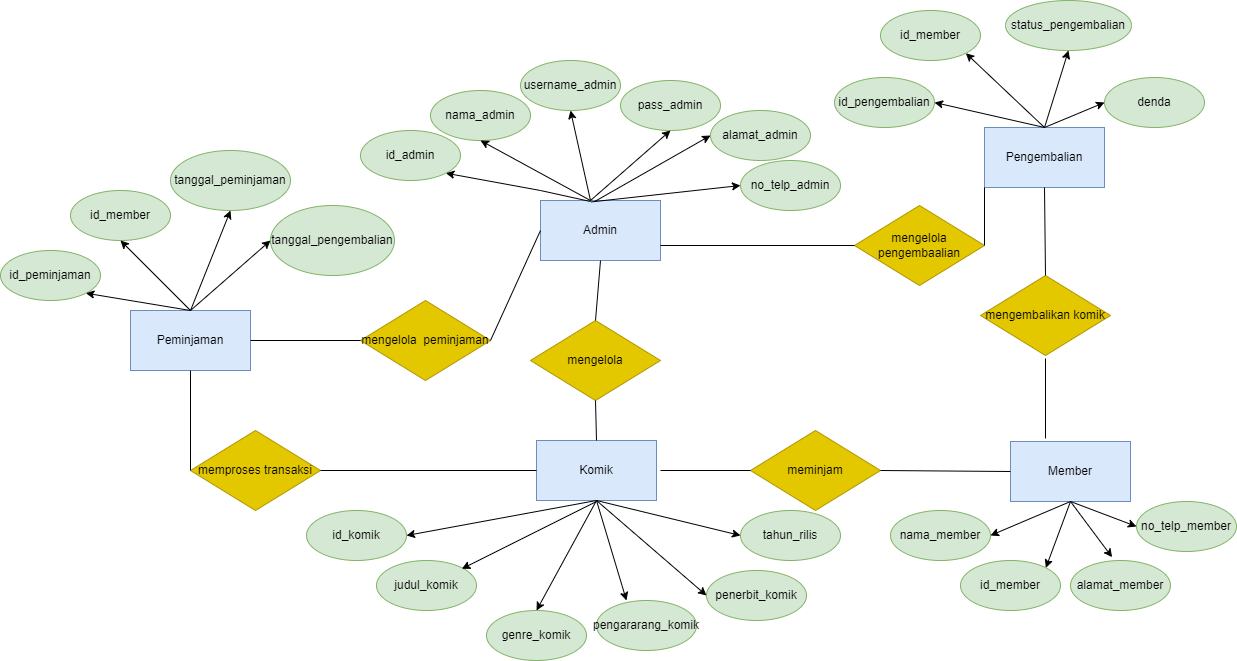
Naufalzaki05/IF214002 keeps this draw.io diagram as Pertemuan 2/Diagram ERD.drawio.png. Above is the earlier version. Source tidied: cells renumbered, new cells last; positions are measured from the earlier drawing's top-left corner, leaving out a move shared by most shapes.
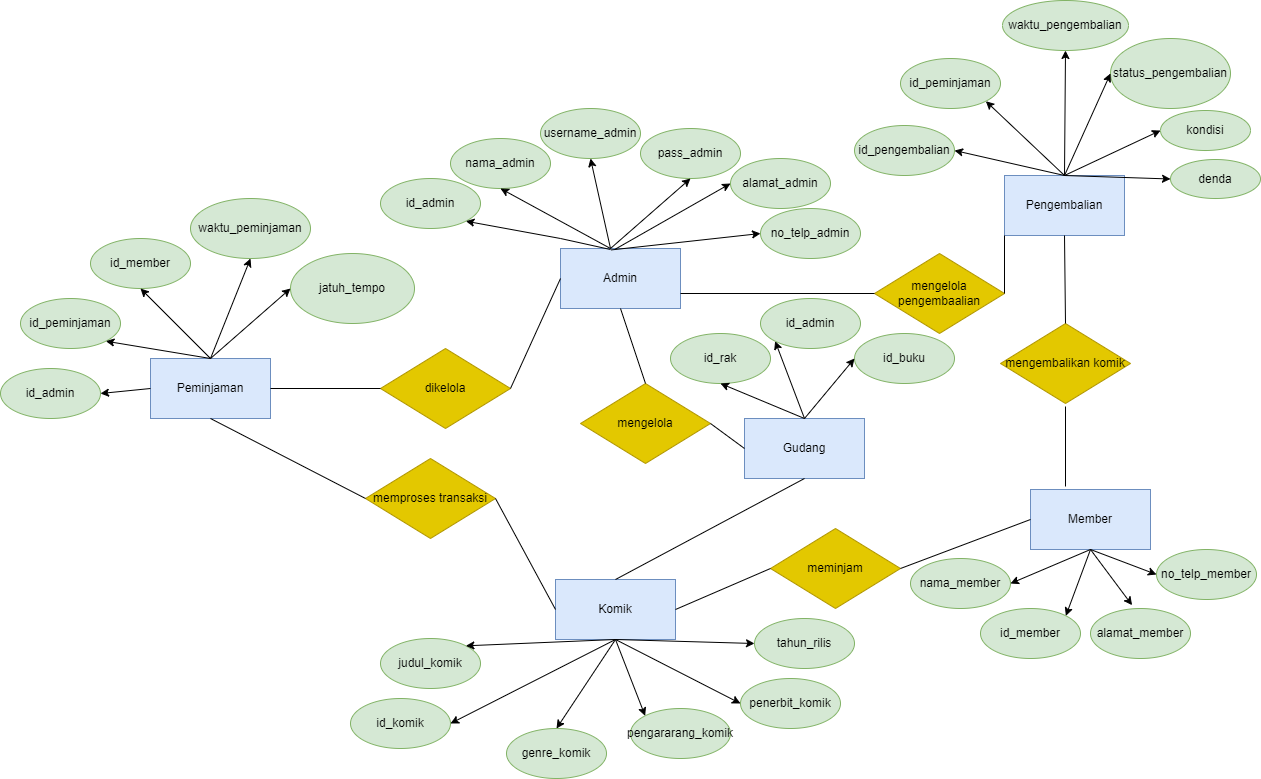
Above is the later version.

The edit, as a diff of the source:
```diff
@@ -9,7 +9,7 @@
       <mxGeometry x="1010" y="441" width="120" height="60" as="geometry" />
     </mxCell>
     <mxCell id="4" value="Komik" style="rounded=0;whiteSpace=wrap;html=1;fillColor=#dae8fc;strokeColor=#6c8ebf;" parent="1" vertex="1">
-      <mxGeometry x="536" y="440" width="120" height="60" as="geometry" />
+      <mxGeometry x="535" y="531" width="120" height="60" as="geometry" />
     </mxCell>
     <mxCell id="5" value="id_admin" style="ellipse;whiteSpace=wrap;html=1;fillColor=#d5e8d4;strokeColor=#82b366;" parent="1" vertex="1">
       <mxGeometry x="360" y="130" width="100" height="50" as="geometry" />
@@ -52,22 +52,22 @@
       <mxGeometry relative="1" as="geometry" />
     </mxCell>
     <mxCell id="15" value="id_komik" style="ellipse;whiteSpace=wrap;html=1;fillColor=#d5e8d4;strokeColor=#82b366;" parent="1" vertex="1">
-      <mxGeometry x="306" y="510" width="100" height="50" as="geometry" />
+      <mxGeometry x="330" y="650" width="100" height="50" as="geometry" />
     </mxCell>
     <mxCell id="16" value="genre_komik" style="ellipse;whiteSpace=wrap;html=1;fillColor=#d5e8d4;strokeColor=#82b366;" parent="1" vertex="1">
-      <mxGeometry x="486" y="610" width="100" height="50" as="geometry" />
+      <mxGeometry x="486" y="680" width="100" height="50" as="geometry" />
     </mxCell>
     <mxCell id="17" value="judul_komik" style="ellipse;whiteSpace=wrap;html=1;fillColor=#d5e8d4;strokeColor=#82b366;" parent="1" vertex="1">
-      <mxGeometry x="376" y="560" width="100" height="50" as="geometry" />
+      <mxGeometry x="360" y="590" width="100" height="50" as="geometry" />
     </mxCell>
     <mxCell id="18" value="pengararang_komik" style="ellipse;whiteSpace=wrap;html=1;fillColor=#d5e8d4;strokeColor=#82b366;" parent="1" vertex="1">
-      <mxGeometry x="596" y="600" width="100" height="50" as="geometry" />
+      <mxGeometry x="610" y="660" width="100" height="50" as="geometry" />
     </mxCell>
     <mxCell id="19" value="penerbit_komik" style="ellipse;whiteSpace=wrap;html=1;fillColor=#d5e8d4;strokeColor=#82b366;" parent="1" vertex="1">
-      <mxGeometry x="706" y="570" width="100" height="50" as="geometry" />
+      <mxGeometry x="720" y="630" width="100" height="50" as="geometry" />
     </mxCell>
     <mxCell id="20" value="tahun_rilis" style="ellipse;whiteSpace=wrap;html=1;fillColor=#d5e8d4;strokeColor=#82b366;" parent="1" vertex="1">
-      <mxGeometry x="740" y="510" width="100" height="50" as="geometry" />
+      <mxGeometry x="734" y="570" width="100" height="50" as="geometry" />
     </mxCell>
     <mxCell id="21" value="no_telp_admin" style="ellipse;whiteSpace=wrap;html=1;fillColor=#d5e8d4;strokeColor=#82b366;" parent="1" vertex="1">
       <mxGeometry x="740" y="160" width="100" height="50" as="geometry" />
@@ -78,43 +78,18 @@
     <mxCell id="23" style="endArrow=classic;html=1;rounded=0;exitX=0.5;exitY=1;exitDx=0;exitDy=0;entryX=1;entryY=0.5;entryDx=0;entryDy=0;" parent="1" edge="1" source="4" target="15">
       <mxGeometry relative="1" as="geometry" />
     </mxCell>
-    <mxCell id="24" style="endArrow=classic;html=1;rounded=0;entryX=1;entryY=0;entryDx=0;entryDy=0;" parent="1" edge="1">
-      <mxGeometry relative="1" as="geometry">
-        <mxPoint x="596" y="501" as="sourcePoint" />
-        <mxPoint x="461.4" y="568.3" as="targetPoint" />
-      </mxGeometry>
+    <mxCell id="24" style="endArrow=classic;html=1;rounded=0;entryX=1;entryY=0;entryDx=0;entryDy=0;exitX=0.5;exitY=1;exitDx=0;exitDy=0;" parent="1" edge="1" source="4" target="17">
+      <mxGeometry relative="1" as="geometry" />
     </mxCell>
-    <mxCell id="25" style="endArrow=classic;html=1;rounded=0;entryX=0.5;entryY=0;entryDx=0;entryDy=0;" parent="1" edge="1" target="16">
-      <mxGeometry relative="1" as="geometry">
-        <mxPoint x="596" y="500" as="sourcePoint" />
-      </mxGeometry>
+    <mxCell id="25" style="endArrow=classic;html=1;rounded=0;entryX=0.5;entryY=0;entryDx=0;entryDy=0;exitX=0.5;exitY=1;exitDx=0;exitDy=0;" parent="1" edge="1" source="4" target="16">
+      <mxGeometry relative="1" as="geometry" />
     </mxCell>
-    <mxCell id="26" style="endArrow=classic;html=1;rounded=0;" parent="1" edge="1">
-      <mxGeometry relative="1" as="geometry">
-        <mxPoint x="596" y="500" as="sourcePoint" />
-        <mxPoint x="626" y="600" as="targetPoint" />
-        <Array as="points">
-          <mxPoint x="626" y="600" />
-        </Array>
-      </mxGeometry>
-    </mxCell>
-    <mxCell id="27" style="endArrow=classic;html=1;rounded=0;entryX=0;entryY=0.5;entryDx=0;entryDy=0;" parent="1" edge="1" target="19">
-      <mxGeometry relative="1" as="geometry">
-        <mxPoint x="596" y="500" as="sourcePoint" />
-      </mxGeometry>
+    <mxCell id="27" style="endArrow=classic;html=1;rounded=0;entryX=0;entryY=0.5;entryDx=0;entryDy=0;exitX=0.5;exitY=1;exitDx=0;exitDy=0;" parent="1" edge="1" source="4" target="19">
+      <mxGeometry relative="1" as="geometry" />
     </mxCell>
     <mxCell id="28" style="endArrow=classic;html=1;rounded=0;entryX=0;entryY=0.5;entryDx=0;entryDy=0;exitX=0.5;exitY=1;exitDx=0;exitDy=0;" parent="1" edge="1" source="4" target="20">
       <mxGeometry relative="1" as="geometry" />
     </mxCell>
-    <mxCell id="29" value="mengelola" style="rhombus;whiteSpace=wrap;html=1;fillColor=#e3c800;strokeColor=#B09500;fontColor=#000000;" parent="1" vertex="1">
-      <mxGeometry x="530" y="320" width="130" height="80" as="geometry" />
-    </mxCell>
-    <mxCell id="30" style="endArrow=none;html=1;rounded=0;entryX=0.5;entryY=1;entryDx=0;entryDy=0;exitX=0.5;exitY=0;exitDx=0;exitDy=0;" parent="1" edge="1" source="29" target="2">
-      <mxGeometry relative="1" as="geometry" />
-    </mxCell>
-    <mxCell id="31" style="endArrow=none;html=1;rounded=0;entryX=0.5;entryY=1;entryDx=0;entryDy=0;exitX=0.5;exitY=0;exitDx=0;exitDy=0;" parent="1" edge="1" source="4" target="29">
-      <mxGeometry relative="1" as="geometry" />
-    </mxCell>
     <mxCell id="32" value="no_telp_member" style="ellipse;whiteSpace=wrap;html=1;fillColor=#d5e8d4;strokeColor=#82b366;" parent="1" vertex="1">
       <mxGeometry x="1136" y="501" width="100" height="50" as="geometry" />
     </mxCell>
@@ -140,23 +115,21 @@
       <mxGeometry relative="1" as="geometry" />
     </mxCell>
     <mxCell id="40" value="meminjam" style="rhombus;whiteSpace=wrap;html=1;fillColor=#e3c800;strokeColor=#B09500;fontColor=#000000;" parent="1" vertex="1">
-      <mxGeometry x="750" y="430" width="130" height="80" as="geometry" />
+      <mxGeometry x="750" y="480" width="130" height="80" as="geometry" />
     </mxCell>
     <mxCell id="41" style="endArrow=none;html=1;rounded=0;exitX=1;exitY=0.5;exitDx=0;exitDy=0;entryX=0;entryY=0.5;entryDx=0;entryDy=0;" parent="1" edge="1" source="40" target="3">
       <mxGeometry relative="1" as="geometry" />
     </mxCell>
-    <mxCell id="42" style="endArrow=none;html=1;rounded=0;entryX=0;entryY=0.5;entryDx=0;entryDy=0;" parent="1" edge="1" target="40">
-      <mxGeometry relative="1" as="geometry">
-        <mxPoint x="660" y="470" as="sourcePoint" />
-      </mxGeometry>
+    <mxCell id="42" style="endArrow=none;html=1;rounded=0;entryX=0;entryY=0.5;entryDx=0;entryDy=0;exitX=1;exitY=0.5;exitDx=0;exitDy=0;" parent="1" edge="1" source="4" target="40">
+      <mxGeometry relative="1" as="geometry" />
     </mxCell>
     <mxCell id="43" value="Peminjaman" style="whiteSpace=wrap;html=1;fillColor=#dae8fc;strokeColor=#6c8ebf;" parent="1" vertex="1">
       <mxGeometry x="130" y="310" width="120" height="60" as="geometry" />
     </mxCell>
-    <mxCell id="44" value="tanggal_pengembalian" style="ellipse;whiteSpace=wrap;html=1;fillColor=#d5e8d4;strokeColor=#82b366;" parent="1" vertex="1">
+    <mxCell id="44" value="jatuh_tempo" style="ellipse;whiteSpace=wrap;html=1;fillColor=#d5e8d4;strokeColor=#82b366;" parent="1" vertex="1">
       <mxGeometry x="270" y="205" width="124" height="70" as="geometry" />
     </mxCell>
-    <mxCell id="45" value="tanggal_peminjaman" style="ellipse;whiteSpace=wrap;html=1;fillColor=#d5e8d4;strokeColor=#82b366;" parent="1" vertex="1">
+    <mxCell id="45" value="waktu_peminjaman" style="ellipse;whiteSpace=wrap;html=1;fillColor=#d5e8d4;strokeColor=#82b366;" parent="1" vertex="1">
       <mxGeometry x="170" y="150" width="120" height="60" as="geometry" />
     </mxCell>
     <mxCell id="46" value="id_member" style="ellipse;whiteSpace=wrap;html=1;fillColor=#d5e8d4;strokeColor=#82b366;" parent="1" vertex="1">
@@ -180,9 +153,9 @@
       <mxGeometry relative="1" as="geometry" />
     </mxCell>
     <mxCell id="52" value="memproses transaksi" style="rhombus;whiteSpace=wrap;html=1;fillColor=#e3c800;strokeColor=#B09500;fontColor=#000000;" parent="1" vertex="1">
-      <mxGeometry x="190" y="430" width="130" height="80" as="geometry" />
+      <mxGeometry x="345" y="410" width="130" height="80" as="geometry" />
     </mxCell>
-    <mxCell id="53" value="mengelola&amp;nbsp; peminjaman" style="rhombus;whiteSpace=wrap;html=1;fillColor=#e3c800;strokeColor=#B09500;fontColor=#000000;" parent="1" vertex="1">
+    <mxCell id="53" value="dikelola" style="rhombus;whiteSpace=wrap;html=1;fillColor=#e3c800;strokeColor=#B09500;fontColor=#000000;" parent="1" vertex="1">
       <mxGeometry x="360" y="300" width="130" height="80" as="geometry" />
     </mxCell>
     <mxCell id="54" style="endArrow=none;html=1;rounded=0;exitX=0;exitY=0.5;exitDx=0;exitDy=0;entryX=0.5;entryY=1;entryDx=0;entryDy=0;" parent="1" edge="1" source="52" target="43">
@@ -200,13 +173,13 @@
     <mxCell id="58" value="Pengembalian" style="rounded=0;whiteSpace=wrap;html=1;fillColor=#dae8fc;strokeColor=#6c8ebf;" parent="1" vertex="1">
       <mxGeometry x="984" y="127" width="120" height="60" as="geometry" />
     </mxCell>
-    <mxCell id="59" value="denda" style="ellipse;whiteSpace=wrap;html=1;fillColor=#d5e8d4;strokeColor=#82b366;" parent="1" vertex="1">
-      <mxGeometry x="1104" y="77" width="100" height="50" as="geometry" />
+    <mxCell id="59" value="status_pengembalian" style="ellipse;whiteSpace=wrap;html=1;fillColor=#d5e8d4;strokeColor=#82b366;" parent="1" vertex="1">
+      <mxGeometry x="1090" y="-10" width="120" height="70" as="geometry" />
     </mxCell>
-    <mxCell id="60" value="status_pengembalian" style="ellipse;whiteSpace=wrap;html=1;fillColor=#d5e8d4;strokeColor=#82b366;" parent="1" vertex="1">
-      <mxGeometry x="1005" width="126" height="50" as="geometry" />
+    <mxCell id="60" value="waktu_pengembalian" style="ellipse;whiteSpace=wrap;html=1;fillColor=#d5e8d4;strokeColor=#82b366;" parent="1" vertex="1">
+      <mxGeometry x="982" y="-48" width="126" height="50" as="geometry" />
     </mxCell>
-    <mxCell id="61" value="id_member" style="ellipse;whiteSpace=wrap;html=1;fillColor=#d5e8d4;strokeColor=#82b366;" parent="1" vertex="1">
+    <mxCell id="61" value="id_peminjaman" style="ellipse;whiteSpace=wrap;html=1;fillColor=#d5e8d4;strokeColor=#82b366;" parent="1" vertex="1">
       <mxGeometry x="880" y="10" width="100" height="50" as="geometry" />
     </mxCell>
     <mxCell id="62" value="id_pengembalian" style="ellipse;whiteSpace=wrap;html=1;fillColor=#d5e8d4;strokeColor=#82b366;" parent="1" vertex="1">
@@ -245,5 +218,59 @@
     <mxCell id="72" style="endArrow=none;html=1;rounded=0;entryX=0.5;entryY=1;entryDx=0;entryDy=0;exitX=0.5;exitY=0;exitDx=0;exitDy=0;" parent="1" edge="1" source="70" target="58">
       <mxGeometry relative="1" as="geometry" />
     </mxCell>
+    <mxCell id="73" value="id_admin" style="ellipse;whiteSpace=wrap;html=1;fillColor=#d5e8d4;strokeColor=#82b366;" parent="1" vertex="1">
+      <mxGeometry x="-20" y="320" width="100" height="50" as="geometry" />
+    </mxCell>
+    <mxCell id="74" style="endArrow=classic;html=1;rounded=0;exitX=0;exitY=0.5;exitDx=0;exitDy=0;entryX=1;entryY=0.5;entryDx=0;entryDy=0;" parent="1" edge="1" source="43" target="73">
+      <mxGeometry relative="1" as="geometry" />
+    </mxCell>
+    <mxCell id="75" value="Gudang" style="rounded=0;whiteSpace=wrap;html=1;fillColor=#dae8fc;strokeColor=#6c8ebf;" parent="1" vertex="1">
+      <mxGeometry x="724" y="370" width="120" height="60" as="geometry" />
+    </mxCell>
+    <mxCell id="76" value="id_rak" style="ellipse;whiteSpace=wrap;html=1;fillColor=#d5e8d4;strokeColor=#82b366;" parent="1" vertex="1">
+      <mxGeometry x="650" y="285" width="100" height="50" as="geometry" />
+    </mxCell>
+    <mxCell id="77" value="id_admin" style="ellipse;whiteSpace=wrap;html=1;fillColor=#d5e8d4;strokeColor=#82b366;" parent="1" vertex="1">
+      <mxGeometry x="740" y="250" width="100" height="50" as="geometry" />
+    </mxCell>
+    <mxCell id="78" style="endArrow=classic;html=1;rounded=0;entryX=0;entryY=0;entryDx=0;entryDy=0;exitX=0.5;exitY=1;exitDx=0;exitDy=0;" parent="1" edge="1" source="4" target="18">
+      <mxGeometry relative="1" as="geometry" />
+    </mxCell>
+    <mxCell id="79" value="id_buku" style="ellipse;whiteSpace=wrap;html=1;fillColor=#d5e8d4;strokeColor=#82b366;" parent="1" vertex="1">
+      <mxGeometry x="834" y="285" width="100" height="50" as="geometry" />
+    </mxCell>
+    <mxCell id="80" style="endArrow=classic;html=1;rounded=0;entryX=0.5;entryY=1;entryDx=0;entryDy=0;exitX=0.5;exitY=0;exitDx=0;exitDy=0;" parent="1" edge="1" source="75" target="76">
+      <mxGeometry relative="1" as="geometry" />
+    </mxCell>
+    <mxCell id="81" style="endArrow=classic;html=1;rounded=0;entryX=0;entryY=1;entryDx=0;entryDy=0;exitX=0.5;exitY=0;exitDx=0;exitDy=0;" parent="1" edge="1" source="75" target="77">
+      <mxGeometry relative="1" as="geometry" />
+    </mxCell>
+    <mxCell id="82" style="endArrow=classic;html=1;rounded=0;entryX=0;entryY=0.5;entryDx=0;entryDy=0;exitX=0.5;exitY=0;exitDx=0;exitDy=0;" parent="1" edge="1" source="75" target="79">
+      <mxGeometry relative="1" as="geometry" />
+    </mxCell>
+    <mxCell id="29" value="mengelola" style="rhombus;whiteSpace=wrap;html=1;fillColor=#e3c800;strokeColor=#B09500;fontColor=#000000;" parent="1" vertex="1">
+      <mxGeometry x="560" y="335" width="130" height="80" as="geometry" />
+    </mxCell>
+    <mxCell id="83" style="endArrow=none;html=1;rounded=0;entryX=0.5;entryY=0;entryDx=0;entryDy=0;exitX=0.5;exitY=1;exitDx=0;exitDy=0;" parent="1" edge="1" source="2" target="29">
+      <mxGeometry relative="1" as="geometry" />
+    </mxCell>
+    <mxCell id="84" style="endArrow=none;html=1;rounded=0;entryX=1;entryY=0.5;entryDx=0;entryDy=0;exitX=0;exitY=0.5;exitDx=0;exitDy=0;" parent="1" edge="1" source="75" target="29">
+      <mxGeometry relative="1" as="geometry" />
+    </mxCell>
+    <mxCell id="85" style="endArrow=none;html=1;rounded=0;entryX=0.5;entryY=0;entryDx=0;entryDy=0;exitX=0.5;exitY=1;exitDx=0;exitDy=0;" parent="1" edge="1" source="75" target="4">
+      <mxGeometry relative="1" as="geometry" />
+    </mxCell>
+    <mxCell id="86" value="kondisi" style="ellipse;whiteSpace=wrap;html=1;fillColor=#d5e8d4;strokeColor=#82b366;" parent="1" vertex="1">
+      <mxGeometry x="1140" y="62" width="90" height="40" as="geometry" />
+    </mxCell>
+    <mxCell id="87" value="denda" style="ellipse;whiteSpace=wrap;html=1;fillColor=#d5e8d4;strokeColor=#82b366;" parent="1" vertex="1">
+      <mxGeometry x="1150" y="111" width="90" height="39" as="geometry" />
+    </mxCell>
+    <mxCell id="88" style="endArrow=classic;html=1;rounded=0;exitX=0.5;exitY=0;exitDx=0;exitDy=0;entryX=0;entryY=0.5;entryDx=0;entryDy=0;" parent="1" edge="1" source="58" target="86">
+      <mxGeometry relative="1" as="geometry" />
+    </mxCell>
+    <mxCell id="89" style="endArrow=classic;html=1;rounded=0;exitX=0.5;exitY=0;exitDx=0;exitDy=0;entryX=0;entryY=0.5;entryDx=0;entryDy=0;" parent="1" edge="1" source="58" target="87">
+      <mxGeometry relative="1" as="geometry" />
+    </mxCell>
   </root>
 </mxGraphModel>
```
